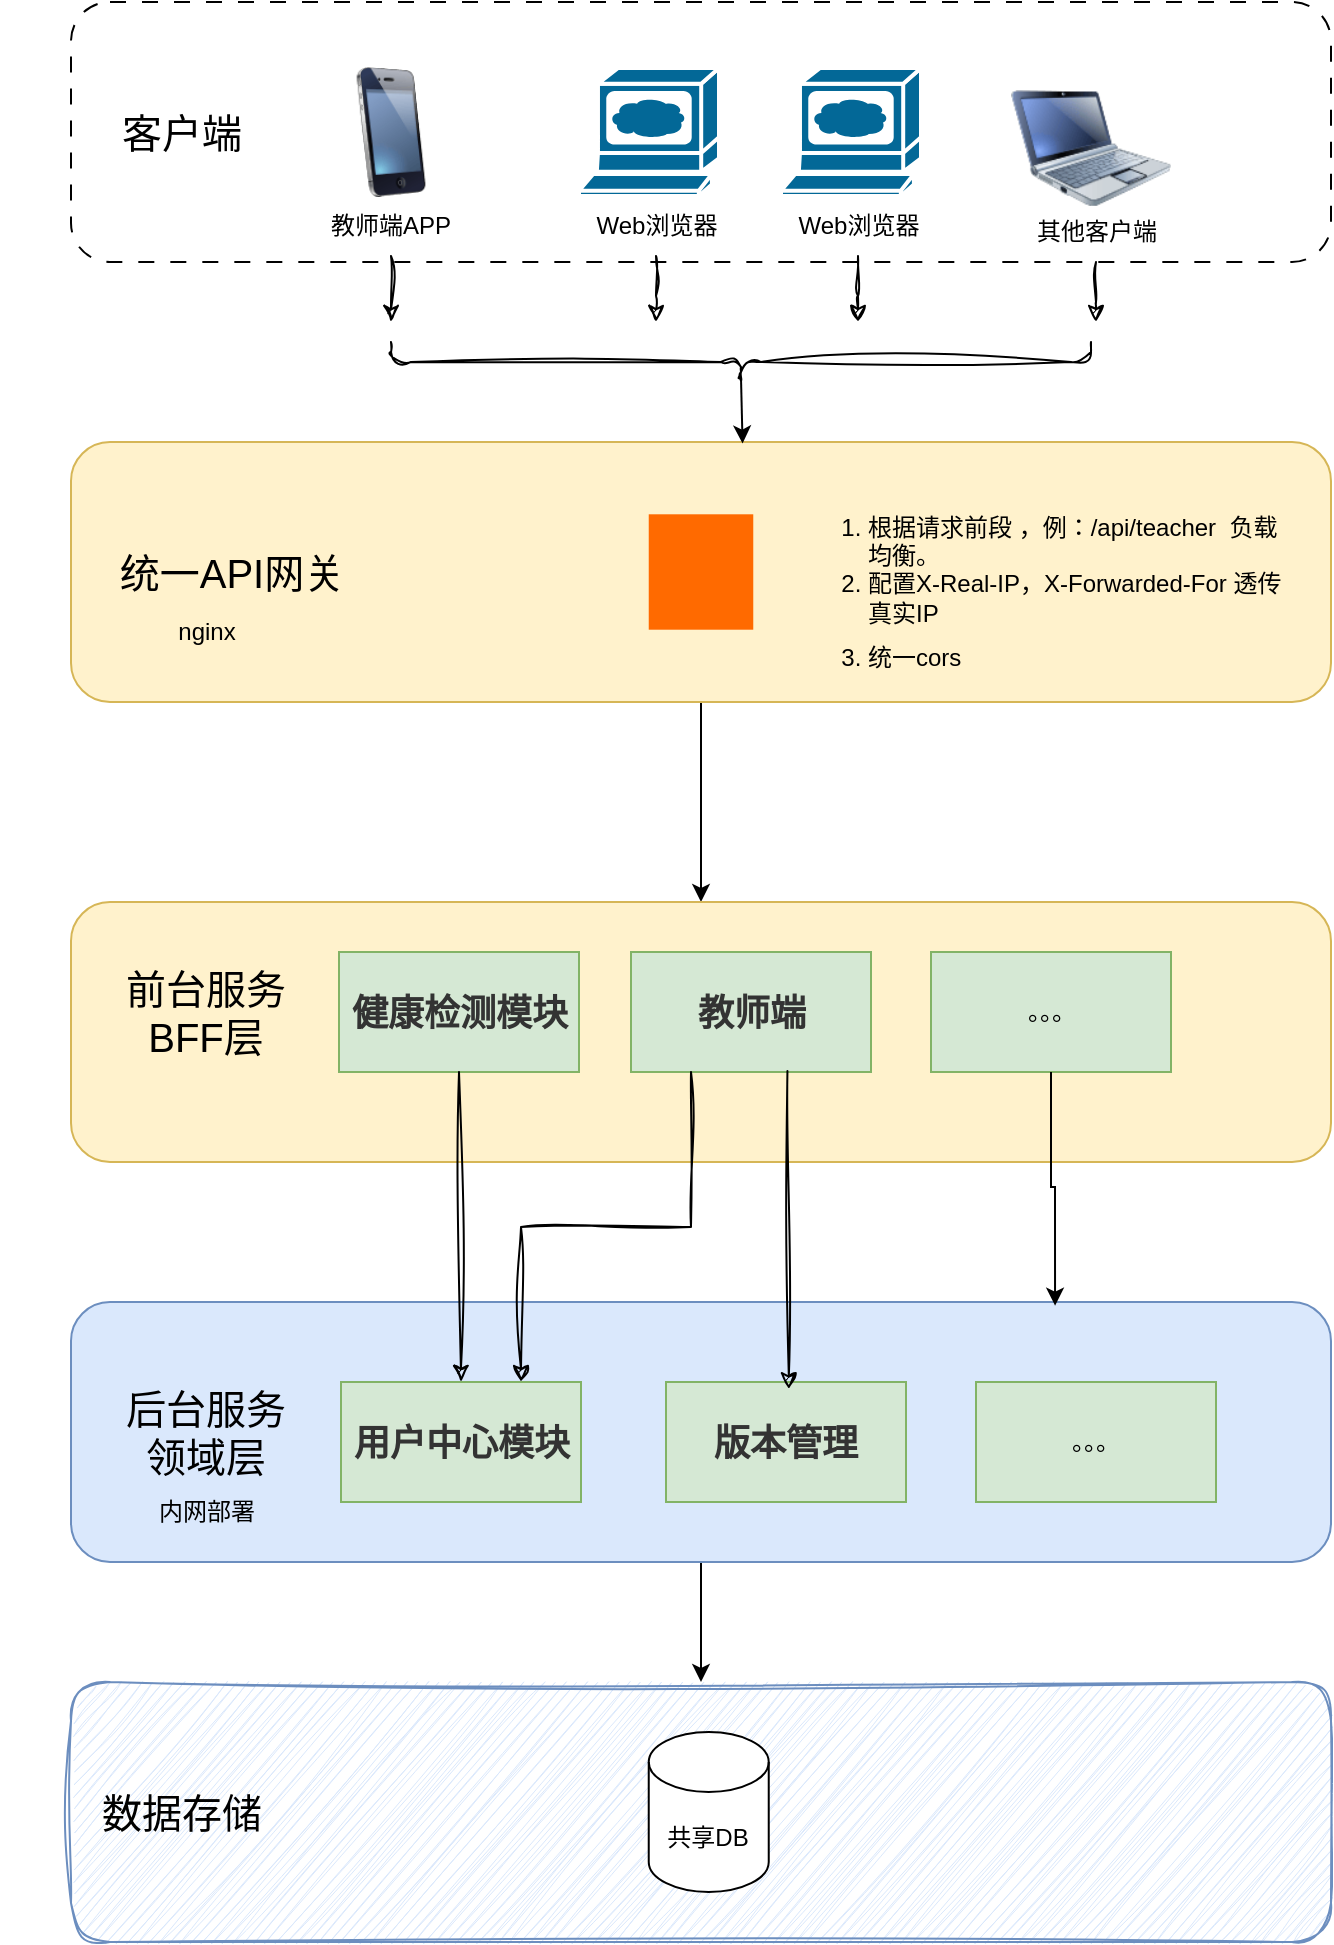
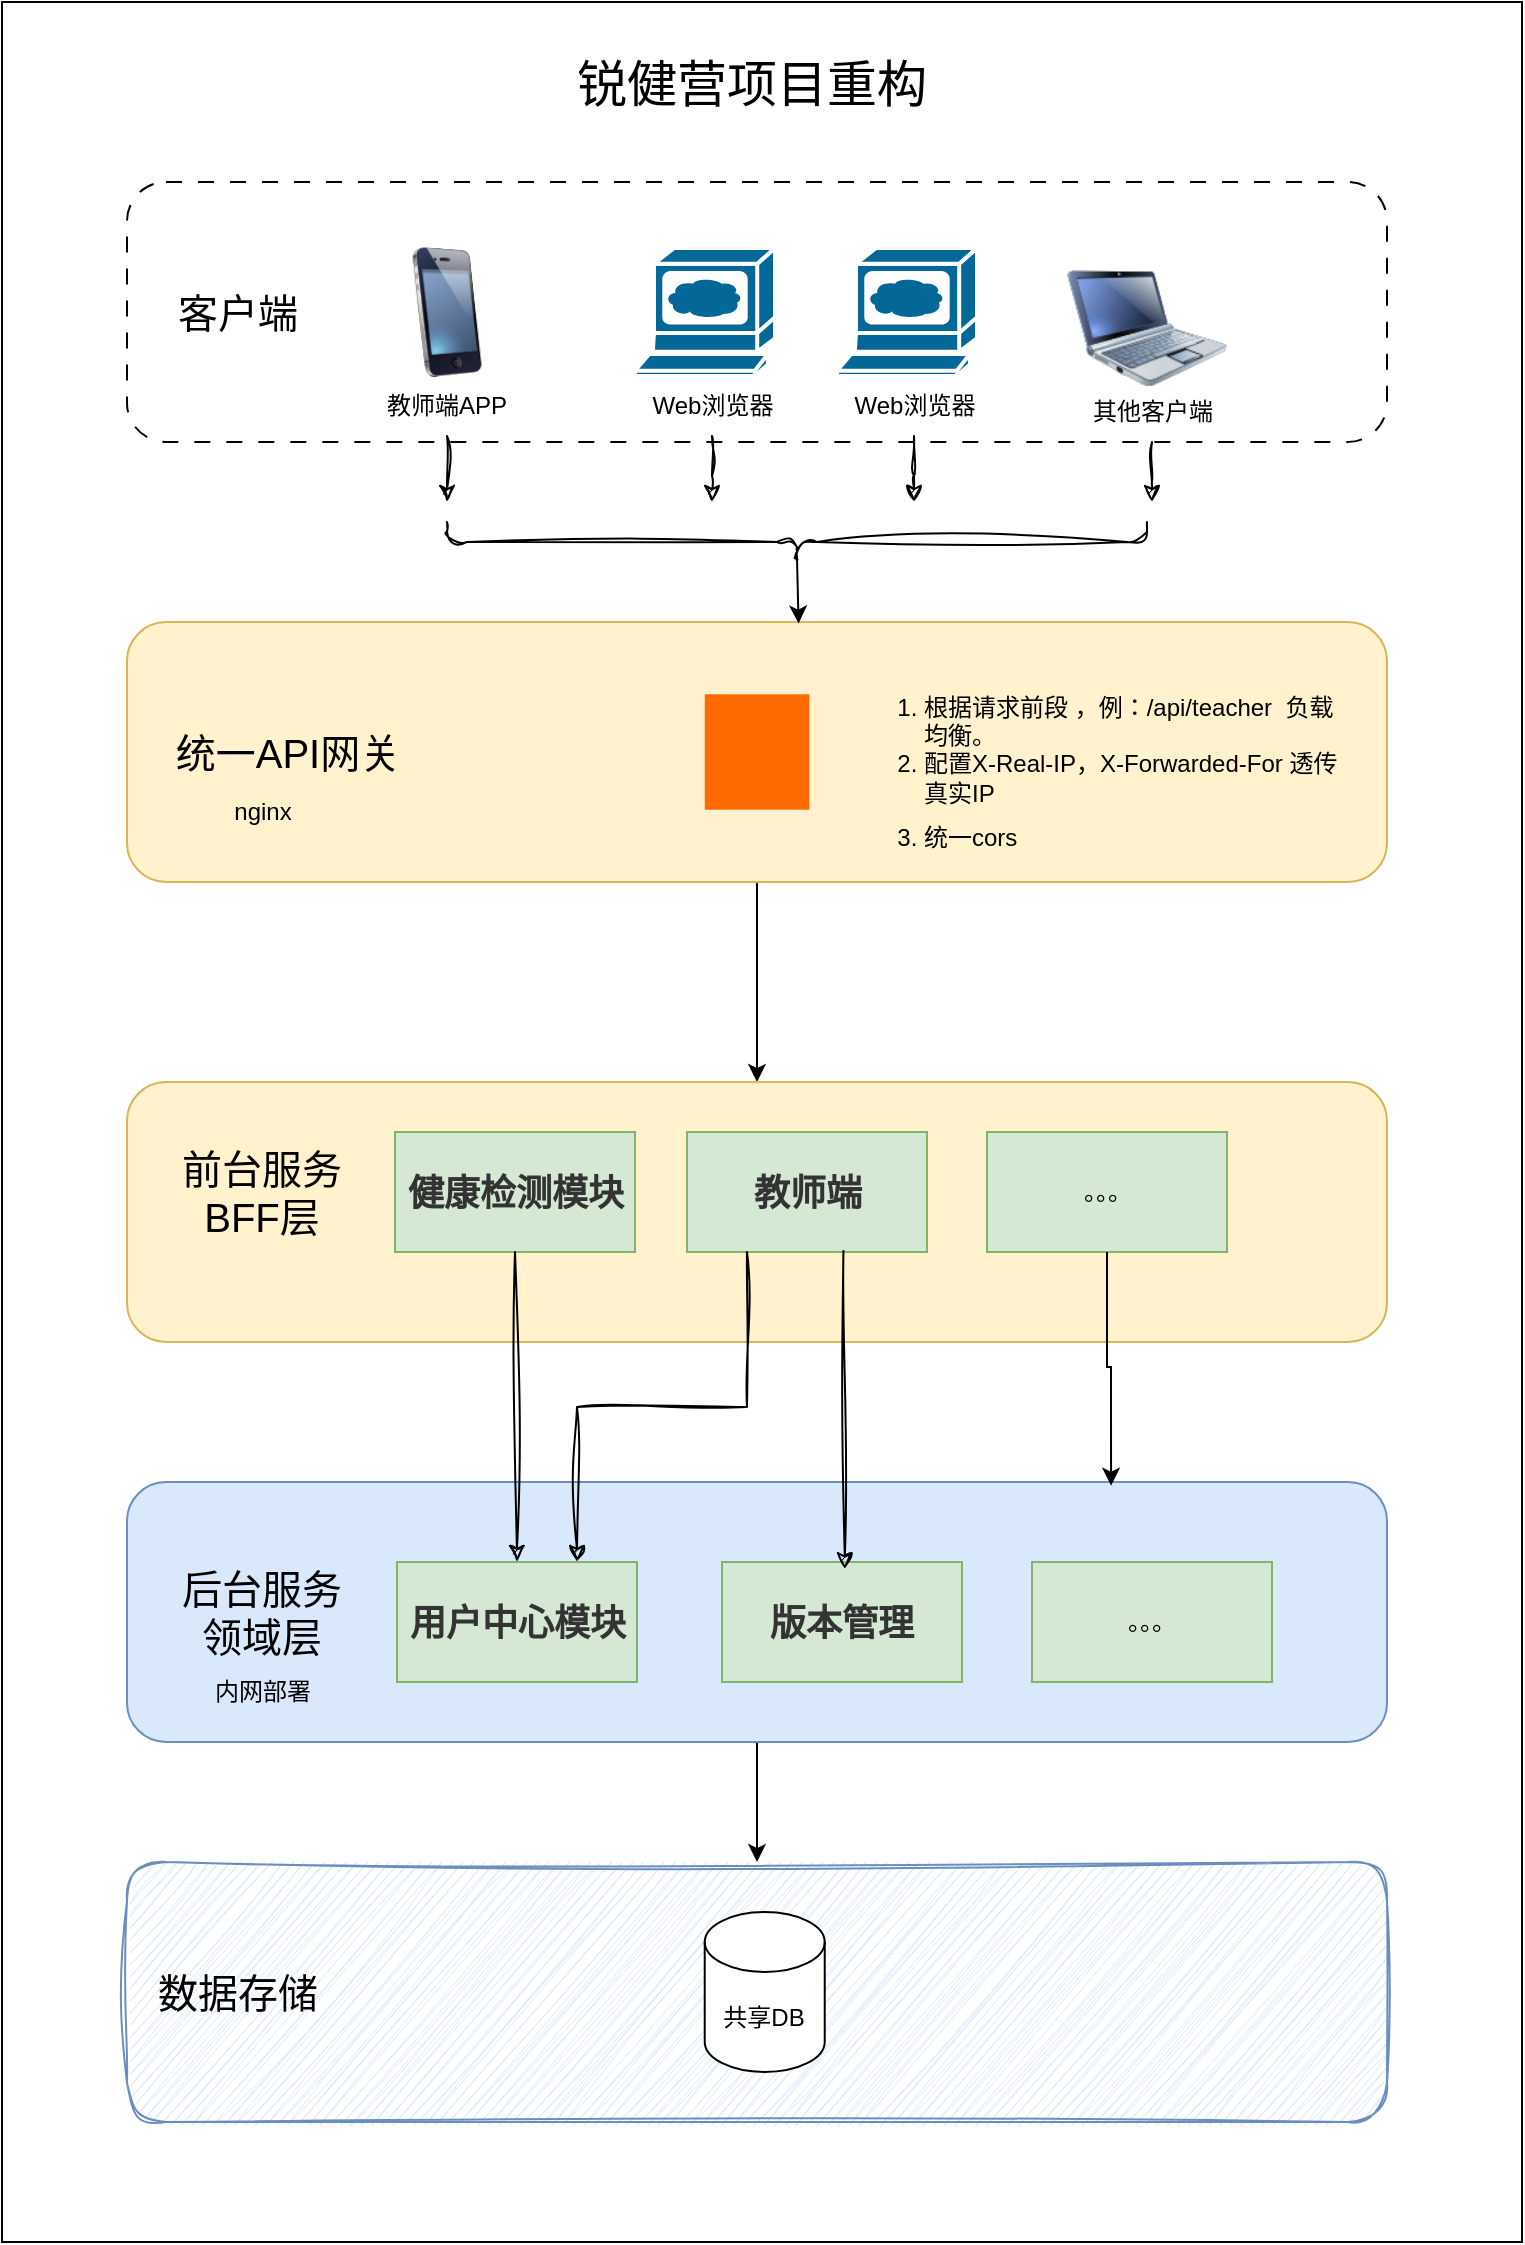
<mxfile host="app.diagrams.net" agent="5.0 (Windows NT 10.0; Win64; x64) AppleWebKit/537.36 (KHTML, like Gecko) Chrome/99.0.4844.51 Safari/537.36">
  <diagram id="piDafpqhtRUU5qUU-vj8" name="Page-1">
-     <mxGraphModel dx="1417" dy="761" grid="1" gridSize="10" guides="1" tooltips="1" connect="1" arrows="1" fold="1" page="1" pageScale="1" pageWidth="827" pageHeight="1169" background="none" math="0" shadow="0">
+     <mxGraphModel dx="2524" dy="1137" grid="1" gridSize="10" guides="1" tooltips="1" connect="1" arrows="1" fold="1" page="1" pageScale="1" pageWidth="827" pageHeight="1169" background="none" math="0" shadow="0">
      <root>
        <mxCell id="0" />
        <mxCell id="1" parent="0" />
+         <mxCell id="-MD85wsI__NYyljHFUac-59" parent="1" style="rounded=0;whiteSpace=wrap;html=1;" value="" vertex="1">
+           <mxGeometry height="1120" width="760" x="40" y="10" as="geometry" />
+         </mxCell>
        <mxCell id="5cpTgLDWtTwDe1421ZuN-3" parent="1" style="rounded=1;whiteSpace=wrap;html=1;shadow=0;glass=0;dashed=1;dashPattern=8 8;" value="" vertex="1">
          <mxGeometry height="130" width="630" x="102.5" y="100" as="geometry" />
        </mxCell>
        <mxCell id="-MD85wsI__NYyljHFUac-2" parent="1" style="text;html=1;whiteSpace=wrap;strokeColor=none;fillColor=none;align=center;verticalAlign=middle;rounded=0;" value="&lt;font style=&quot;font-size: 20px;&quot;&gt;客户端&lt;/font&gt;" vertex="1">
          <mxGeometry height="30" width="70" x="122.5" y="150" as="geometry" />
        </mxCell>
        <mxCell id="-MD85wsI__NYyljHFUac-3" parent="1" style="sketch=0;html=1;pointerEvents=1;dashed=0;fillColor=#036897;strokeColor=#ffffff;strokeWidth=2;verticalLabelPosition=bottom;verticalAlign=top;align=center;outlineConnect=0;shape=mxgraph.cisco.computers_and_peripherals.web_browser;" value="" vertex="1">
          <mxGeometry height="64" width="70" x="356.5" y="133" as="geometry" />
        </mxCell>
        <mxCell id="-MD85wsI__NYyljHFUac-39" edge="1" parent="1" source="-MD85wsI__NYyljHFUac-4" style="edgeStyle=orthogonalEdgeStyle;rounded=0;orthogonalLoop=1;jettySize=auto;html=1;sketch=1;curveFitting=1;jiggle=2;">
          <mxGeometry relative="1" as="geometry">
            <mxPoint x="395.0000000000002" y="260.0000000000001" as="targetPoint" />
          </mxGeometry>
        </mxCell>
        <mxCell id="-MD85wsI__NYyljHFUac-4" parent="1" style="text;html=1;whiteSpace=wrap;strokeColor=none;fillColor=none;align=center;verticalAlign=middle;rounded=0;" value="Web浏览器" vertex="1">
          <mxGeometry height="30" width="75" x="357.5" y="197" as="geometry" />
        </mxCell>
        <mxCell id="-MD85wsI__NYyljHFUac-5" parent="1" style="sketch=0;html=1;pointerEvents=1;dashed=0;fillColor=#036897;strokeColor=#ffffff;strokeWidth=2;verticalLabelPosition=bottom;verticalAlign=top;align=center;outlineConnect=0;shape=mxgraph.cisco.computers_and_peripherals.web_browser;" value="" vertex="1">
          <mxGeometry height="64" width="70" x="457.5" y="133" as="geometry" />
        </mxCell>
        <mxCell id="-MD85wsI__NYyljHFUac-35" edge="1" parent="1" source="-MD85wsI__NYyljHFUac-6" style="edgeStyle=orthogonalEdgeStyle;rounded=0;orthogonalLoop=1;jettySize=auto;html=1;sketch=1;curveFitting=1;jiggle=2;">
          <mxGeometry relative="1" as="geometry">
            <mxPoint x="496" y="260.0000000000001" as="targetPoint" />
          </mxGeometry>
        </mxCell>
        <mxCell id="-MD85wsI__NYyljHFUac-6" parent="1" style="text;html=1;whiteSpace=wrap;strokeColor=none;fillColor=none;align=center;verticalAlign=middle;rounded=0;" value="Web浏览器" vertex="1">
          <mxGeometry height="30" width="75" x="458.5" y="197" as="geometry" />
        </mxCell>
        <mxCell id="-MD85wsI__NYyljHFUac-7" parent="1" style="image;html=1;image=img/lib/clip_art/computers/Netbook_128x128.png" value="" vertex="1">
          <mxGeometry height="80" width="80" x="572.5" y="133" as="geometry" />
        </mxCell>
        <mxCell id="-MD85wsI__NYyljHFUac-8" parent="1" style="image;html=1;image=img/lib/clip_art/telecommunication/iPhone_128x128.png" value="" vertex="1">
          <mxGeometry height="65" width="80" x="222.5" y="132.5" as="geometry" />
        </mxCell>
        <mxCell id="-MD85wsI__NYyljHFUac-34" edge="1" parent="1" source="-MD85wsI__NYyljHFUac-9" style="edgeStyle=orthogonalEdgeStyle;rounded=0;orthogonalLoop=1;jettySize=auto;html=1;exitX=0.5;exitY=1;exitDx=0;exitDy=0;sketch=1;curveFitting=1;jiggle=2;">
          <mxGeometry relative="1" as="geometry">
            <mxPoint x="262.5" y="260" as="targetPoint" />
          </mxGeometry>
        </mxCell>
        <mxCell id="-MD85wsI__NYyljHFUac-9" parent="1" style="text;html=1;whiteSpace=wrap;strokeColor=none;fillColor=none;align=center;verticalAlign=middle;rounded=0;" value="教师端APP" vertex="1">
          <mxGeometry height="30" width="75" x="225" y="197" as="geometry" />
        </mxCell>
        <mxCell id="-MD85wsI__NYyljHFUac-36" edge="1" parent="1" source="-MD85wsI__NYyljHFUac-10" style="edgeStyle=orthogonalEdgeStyle;rounded=0;orthogonalLoop=1;jettySize=auto;html=1;sketch=1;curveFitting=1;jiggle=2;">
          <mxGeometry relative="1" as="geometry">
            <mxPoint x="615.0000000000002" y="260.0000000000001" as="targetPoint" />
          </mxGeometry>
        </mxCell>
        <mxCell id="-MD85wsI__NYyljHFUac-10" parent="1" style="text;html=1;whiteSpace=wrap;strokeColor=none;fillColor=none;align=center;verticalAlign=middle;rounded=0;" value="其他客户端" vertex="1">
          <mxGeometry height="30" width="75" x="577.5" y="200" as="geometry" />
        </mxCell>
        <mxCell id="-MD85wsI__NYyljHFUac-23" edge="1" parent="1" source="-MD85wsI__NYyljHFUac-11" style="edgeStyle=orthogonalEdgeStyle;rounded=0;orthogonalLoop=1;jettySize=auto;html=1;exitX=0.5;exitY=1;exitDx=0;exitDy=0;entryX=0.5;entryY=0;entryDx=0;entryDy=0;" target="-MD85wsI__NYyljHFUac-22">
          <mxGeometry relative="1" as="geometry" />
        </mxCell>
        <mxCell id="-MD85wsI__NYyljHFUac-11" parent="1" style="rounded=1;whiteSpace=wrap;html=1;shadow=0;glass=0;fillColor=#fff2cc;strokeColor=#d6b656;" value="" vertex="1">
          <mxGeometry height="130" width="630" x="102.5" y="320" as="geometry" />
        </mxCell>
        <mxCell id="-MD85wsI__NYyljHFUac-13" parent="1" style="text;html=1;whiteSpace=wrap;strokeColor=none;fillColor=none;align=center;verticalAlign=middle;rounded=0;" value="&lt;span style=&quot;font-size: 20px;&quot;&gt;统一API网关&lt;/span&gt;" vertex="1">
          <mxGeometry height="30" width="180" x="92.5" y="370" as="geometry" />
        </mxCell>
        <mxCell id="-MD85wsI__NYyljHFUac-14" parent="1" style="text;html=1;whiteSpace=wrap;strokeColor=none;fillColor=none;align=center;verticalAlign=middle;rounded=0;" value="nginx" vertex="1">
          <mxGeometry height="30" width="75" x="132.5" y="400" as="geometry" />
        </mxCell>
        <mxCell id="-MD85wsI__NYyljHFUac-20" parent="1" style="points=[];aspect=fixed;html=1;align=center;shadow=0;dashed=0;fillColor=#FF6A00;strokeColor=none;shape=mxgraph.alibaba_cloud.ehpc_elastic_high_performance_computing;" value="" vertex="1">
          <mxGeometry height="57.7" width="52.26" x="391.37" y="356.15" as="geometry" />
        </mxCell>
        <mxCell id="-MD85wsI__NYyljHFUac-21" parent="1" style="text;html=1;whiteSpace=wrap;strokeColor=none;fillColor=none;align=left;verticalAlign=middle;rounded=0;" value="&lt;ol&gt;&lt;li&gt;&lt;span style=&quot;background-color: transparent; color: light-dark(rgb(0, 0, 0), rgb(255, 255, 255));&quot;&gt;根据请求前段 ，例：/api/teacher&amp;nbsp; 负载均衡。&lt;/span&gt;&lt;/li&gt;&lt;li class=&quot;md-list-item md-focus-container&quot; style=&quot;box-sizing: border-box; margin: 0px; position: relative;&quot;&gt;&lt;p class=&quot;md-end-block md-p md-focus&quot; style=&quot;box-sizing: border-box; line-height: inherit; orphans: 4; margin: 0px 0px 0.5rem; white-space: pre-wrap; position: relative;&quot;&gt;&lt;span class=&quot;md-plain md-expand&quot; style=&quot;box-sizing: border-box;&quot;&gt;配置X-Real-IP，X-Forwarded-For 透传真实IP&lt;/span&gt;&lt;/p&gt;&lt;/li&gt;&lt;li class=&quot;md-list-item md-focus-container&quot; style=&quot;box-sizing: border-box; margin: 0px; position: relative;&quot;&gt;&lt;p class=&quot;md-end-block md-p md-focus&quot; style=&quot;box-sizing: border-box; line-height: inherit; orphans: 4; margin: 0px 0px 0.5rem; white-space: pre-wrap; position: relative;&quot;&gt;统一cors&lt;/p&gt;&lt;/li&gt;&lt;/ol&gt;" vertex="1">
          <mxGeometry height="90" width="254" x="458.5" y="350" as="geometry" />
        </mxCell>
        <mxCell id="-MD85wsI__NYyljHFUac-22" parent="1" style="rounded=1;whiteSpace=wrap;html=1;shadow=0;glass=0;fillColor=#fff2cc;strokeColor=#d6b656;" value="" vertex="1">
          <mxGeometry height="130" width="630" x="102.5" y="550" as="geometry" />
        </mxCell>
        <mxCell id="-MD85wsI__NYyljHFUac-24" parent="1" style="text;html=1;whiteSpace=wrap;strokeColor=none;fillColor=none;align=center;verticalAlign=middle;rounded=0;" value="&lt;span style=&quot;font-size: 20px;&quot;&gt;前台服务&lt;/span&gt;&lt;div&gt;&lt;span style=&quot;font-size: 20px;&quot;&gt;BFF层&lt;/span&gt;&lt;/div&gt;" vertex="1">
          <mxGeometry height="60" width="180" x="80" y="575" as="geometry" />
        </mxCell>
        <mxCell id="-MD85wsI__NYyljHFUac-25" parent="1" style="rounded=0;whiteSpace=wrap;html=1;fillColor=#d5e8d4;strokeColor=#82b366;" value="&lt;h3 class=&quot;md-end-block md-heading&quot; style=&quot;box-sizing: border-box; break-after: avoid-page; break-inside: avoid; orphans: 4; font-size: 1.5em; margin-top: 1rem; margin-bottom: 1rem; position: relative; line-height: 1.43; cursor: text; white-space: pre-wrap; color: rgb(51, 51, 51); font-family: &amp;quot;Open Sans&amp;quot;, &amp;quot;Clear Sans&amp;quot;, &amp;quot;Helvetica Neue&amp;quot;, Helvetica, Arial, &amp;quot;Segoe UI Emoji&amp;quot;, sans-serif; text-align: start;&quot;&gt;&lt;span class=&quot;md-plain&quot; style=&quot;box-sizing: border-box;&quot;&gt;健康检测模块&lt;/span&gt;&lt;/h3&gt;" vertex="1">
          <mxGeometry height="60" width="120" x="236.5" y="575" as="geometry" />
        </mxCell>
        <mxCell id="-MD85wsI__NYyljHFUac-26" parent="1" style="rounded=0;whiteSpace=wrap;html=1;fillColor=#d5e8d4;strokeColor=#82b366;" value="&lt;h3 class=&quot;md-end-block md-heading&quot; style=&quot;box-sizing: border-box; break-after: avoid-page; break-inside: avoid; orphans: 4; font-size: 1.5em; margin-top: 1rem; margin-bottom: 1rem; position: relative; line-height: 1.43; cursor: text; white-space: pre-wrap; outline: 0px; box-shadow: none; color: rgb(51, 51, 51); font-family: &amp;quot;Open Sans&amp;quot;, &amp;quot;Clear Sans&amp;quot;, &amp;quot;Helvetica Neue&amp;quot;, Helvetica, Arial, &amp;quot;Segoe UI Emoji&amp;quot;, sans-serif; text-align: start;&quot;&gt;&lt;span class=&quot;md-plain&quot; style=&quot;box-sizing: border-box;&quot;&gt;教师端&lt;/span&gt;&lt;/h3&gt;" vertex="1">
          <mxGeometry height="60" width="120" x="382.5" y="575" as="geometry" />
        </mxCell>
        <mxCell id="-MD85wsI__NYyljHFUac-27" parent="1" style="rounded=0;whiteSpace=wrap;html=1;fillColor=#d5e8d4;strokeColor=#82b366;" value="。。。" vertex="1">
          <mxGeometry height="60" width="120" x="532.5" y="575" as="geometry" />
        </mxCell>
        <mxCell id="-MD85wsI__NYyljHFUac-48" edge="1" parent="1" source="-MD85wsI__NYyljHFUac-28" style="edgeStyle=orthogonalEdgeStyle;rounded=0;orthogonalLoop=1;jettySize=auto;html=1;exitX=0.5;exitY=1;exitDx=0;exitDy=0;entryX=0.5;entryY=0;entryDx=0;entryDy=0;" target="-MD85wsI__NYyljHFUac-45">
          <mxGeometry relative="1" as="geometry" />
        </mxCell>
        <mxCell id="-MD85wsI__NYyljHFUac-28" parent="1" style="rounded=1;whiteSpace=wrap;html=1;shadow=0;glass=0;fillColor=#dae8fc;strokeColor=#6c8ebf;" value="" vertex="1">
          <mxGeometry height="130" width="630" x="102.5" y="750" as="geometry" />
        </mxCell>
        <mxCell id="-MD85wsI__NYyljHFUac-29" parent="1" style="text;html=1;whiteSpace=wrap;strokeColor=none;fillColor=none;align=center;verticalAlign=middle;rounded=0;" value="&lt;span style=&quot;font-size: 20px;&quot;&gt;后台服务&lt;/span&gt;&lt;div&gt;&lt;span style=&quot;font-size: 20px;&quot;&gt;领域层&lt;/span&gt;&lt;/div&gt;" vertex="1">
          <mxGeometry height="60" width="180" x="80" y="785" as="geometry" />
        </mxCell>
        <mxCell id="-MD85wsI__NYyljHFUac-30" parent="1" style="text;html=1;whiteSpace=wrap;strokeColor=none;fillColor=none;align=center;verticalAlign=middle;rounded=0;" value="内网部署" vertex="1">
          <mxGeometry height="30" width="75" x="132.5" y="840" as="geometry" />
        </mxCell>
        <mxCell id="-MD85wsI__NYyljHFUac-31" parent="1" style="rounded=0;whiteSpace=wrap;html=1;fillColor=#d5e8d4;strokeColor=#82b366;" value="&lt;h3 class=&quot;md-end-block md-heading&quot; style=&quot;box-sizing: border-box; break-after: avoid-page; break-inside: avoid; orphans: 4; font-size: 1.5em; margin-top: 1rem; margin-bottom: 1rem; position: relative; line-height: 1.43; cursor: text; white-space: pre-wrap; color: rgb(51, 51, 51); font-family: &amp;quot;Open Sans&amp;quot;, &amp;quot;Clear Sans&amp;quot;, &amp;quot;Helvetica Neue&amp;quot;, Helvetica, Arial, &amp;quot;Segoe UI Emoji&amp;quot;, sans-serif; text-align: start;&quot;&gt;&lt;span class=&quot;md-plain&quot; style=&quot;box-sizing: border-box;&quot;&gt;用户中心模块&lt;/span&gt;&lt;/h3&gt;" vertex="1">
          <mxGeometry height="60" width="120" x="237.5" y="790" as="geometry" />
        </mxCell>
        <mxCell id="-MD85wsI__NYyljHFUac-32" parent="1" style="rounded=0;whiteSpace=wrap;html=1;fillColor=#d5e8d4;strokeColor=#82b366;" value="&lt;h3 class=&quot;md-end-block md-heading&quot; style=&quot;box-sizing: border-box; break-after: avoid-page; break-inside: avoid; orphans: 4; font-size: 1.5em; margin-top: 1rem; margin-bottom: 1rem; position: relative; line-height: 1.43; cursor: text; white-space: pre-wrap; color: rgb(51, 51, 51); font-family: &amp;quot;Open Sans&amp;quot;, &amp;quot;Clear Sans&amp;quot;, &amp;quot;Helvetica Neue&amp;quot;, Helvetica, Arial, &amp;quot;Segoe UI Emoji&amp;quot;, sans-serif; text-align: start;&quot;&gt;版本管理&lt;/h3&gt;" vertex="1">
          <mxGeometry height="60" width="120" x="400" y="790" as="geometry" />
        </mxCell>
        <mxCell id="-MD85wsI__NYyljHFUac-33" parent="1" style="rounded=0;whiteSpace=wrap;html=1;fillColor=#d5e8d4;strokeColor=#82b366;" value="。。。" vertex="1">
          <mxGeometry height="60" width="120" x="555" y="790" as="geometry" />
        </mxCell>
        <mxCell id="-MD85wsI__NYyljHFUac-37" parent="1" style="shape=curlyBracket;whiteSpace=wrap;html=1;rounded=1;flipH=1;labelPosition=right;verticalLabelPosition=middle;align=left;verticalAlign=middle;legacyAnchorPoints=0;rotation=90;sketch=1;curveFitting=1;jiggle=2;" value="" vertex="1">
          <mxGeometry height="350" width="20" x="427.5" y="105" as="geometry" />
        </mxCell>
        <mxCell id="-MD85wsI__NYyljHFUac-40" edge="1" parent="1" source="-MD85wsI__NYyljHFUac-37" style="edgeStyle=orthogonalEdgeStyle;rounded=0;orthogonalLoop=1;jettySize=auto;html=1;exitX=0.1;exitY=0.5;exitDx=0;exitDy=0;exitPerimeter=0;entryX=0.533;entryY=0.006;entryDx=0;entryDy=0;entryPerimeter=0;" target="-MD85wsI__NYyljHFUac-11">
          <mxGeometry relative="1" as="geometry" />
        </mxCell>
        <mxCell id="-MD85wsI__NYyljHFUac-44" edge="1" parent="1" source="-MD85wsI__NYyljHFUac-27" style="edgeStyle=orthogonalEdgeStyle;rounded=0;orthogonalLoop=1;jettySize=auto;html=1;entryX=0.781;entryY=0.014;entryDx=0;entryDy=0;entryPerimeter=0;" target="-MD85wsI__NYyljHFUac-28">
          <mxGeometry relative="1" as="geometry">
            <mxPoint x="592.5" y="740" as="targetPoint" />
          </mxGeometry>
        </mxCell>
        <mxCell id="-MD85wsI__NYyljHFUac-45" parent="1" style="rounded=1;whiteSpace=wrap;html=1;shadow=0;glass=0;sketch=1;curveFitting=1;jiggle=2;fillColor=#dae8fc;strokeColor=#6c8ebf;" value="" vertex="1">
          <mxGeometry height="130" width="630" x="102.5" y="940" as="geometry" />
        </mxCell>
        <mxCell id="-MD85wsI__NYyljHFUac-46" parent="1" style="shape=cylinder3;whiteSpace=wrap;html=1;boundedLbl=1;backgroundOutline=1;size=15;" value="共享DB" vertex="1">
          <mxGeometry height="80" width="60" x="391.37" y="965" as="geometry" />
        </mxCell>
        <mxCell id="-MD85wsI__NYyljHFUac-47" parent="1" style="text;html=1;whiteSpace=wrap;strokeColor=none;fillColor=none;align=center;verticalAlign=middle;rounded=0;" value="&lt;span style=&quot;font-size: 20px;&quot;&gt;数据存储&lt;/span&gt;" vertex="1">
          <mxGeometry height="30" width="180" x="67.5" y="990" as="geometry" />
        </mxCell>
        <mxCell id="-MD85wsI__NYyljHFUac-52" edge="1" parent="1" source="-MD85wsI__NYyljHFUac-25" style="endArrow=classic;html=1;rounded=0;entryX=0.5;entryY=0;entryDx=0;entryDy=0;exitX=0.5;exitY=1;exitDx=0;exitDy=0;sketch=1;curveFitting=1;jiggle=2;" target="-MD85wsI__NYyljHFUac-31" value="">
          <mxGeometry height="50" relative="1" width="50" as="geometry">
            <mxPoint x="100" y="750" as="sourcePoint" />
            <mxPoint x="150" y="700" as="targetPoint" />
          </mxGeometry>
        </mxCell>
        <mxCell id="-MD85wsI__NYyljHFUac-55" edge="1" parent="1" source="-MD85wsI__NYyljHFUac-26" style="edgeStyle=orthogonalEdgeStyle;rounded=0;orthogonalLoop=1;jettySize=auto;html=1;exitX=0.25;exitY=1;exitDx=0;exitDy=0;entryX=0.75;entryY=0;entryDx=0;entryDy=0;sketch=1;curveFitting=1;jiggle=2;" target="-MD85wsI__NYyljHFUac-31">
          <mxGeometry relative="1" as="geometry" />
        </mxCell>
        <mxCell id="-MD85wsI__NYyljHFUac-58" edge="1" parent="1" style="endArrow=classic;html=1;rounded=0;exitX=0.631;exitY=0.992;exitDx=0;exitDy=0;exitPerimeter=0;entryX=0.512;entryY=0.06;entryDx=0;entryDy=0;entryPerimeter=0;sketch=1;curveFitting=1;jiggle=2;" target="-MD85wsI__NYyljHFUac-32" value="">
          <mxGeometry height="50" relative="1" width="50" as="geometry">
            <mxPoint x="460.72" y="634.52" as="sourcePoint" />
            <mxPoint x="503" y="690" as="targetPoint" />
          </mxGeometry>
        </mxCell>
+         <mxCell id="-MD85wsI__NYyljHFUac-60" parent="1" style="text;html=1;whiteSpace=wrap;strokeColor=none;fillColor=none;align=center;verticalAlign=middle;rounded=0;" value="&lt;font style=&quot;font-size: 25px;&quot;&gt;锐健营项目重构&lt;/font&gt;" vertex="1">
+           <mxGeometry height="40" width="250" x="290" y="30" as="geometry" />
+         </mxCell>
      </root>
    </mxGraphModel>
  </diagram>
</mxfile>
